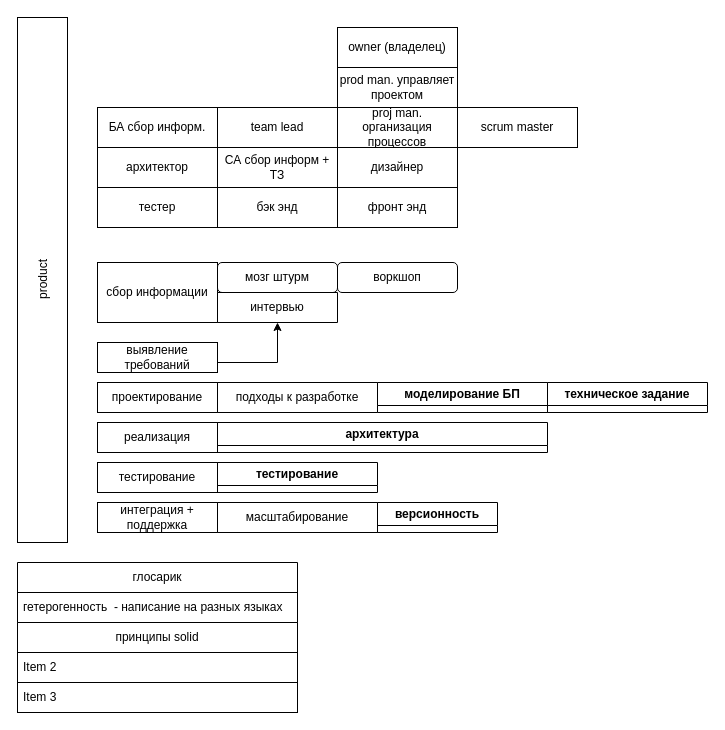
Earlier version of the draw.io diagram Диаграмма без названия.drawio (GusStraus/newone). Source tidied: cells renumbered, new cells numbered last; positions are measured from the earlier drawing's top-left corner, leaving out a move shared by most shapes. Both pictures are drawn from the tidied source at 100%, with x=0, y=0 at pixel (17, 17).
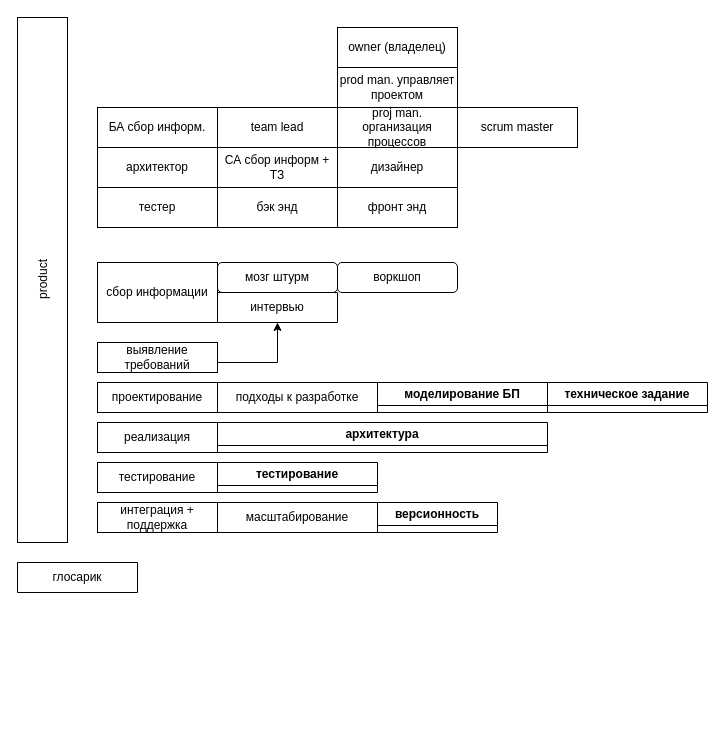
The same diagram, later.

What changed in the source:
```diff
@@
-    <mxCell id="25" value="глосарик" style="swimlane;fontStyle=0;horizontal=1;startSize=30;whiteSpace=wrap;html=1;" parent="1" vertex="1">
-      <mxGeometry y="545" width="280" height="150" as="geometry" />
+    <mxCell id="25" value="глосарик" style="swimlane;fontStyle=0;horizontal=1;startSize=30;whiteSpace=wrap;html=1;" parent="1" vertex="1" collapsed="1">
+      <mxGeometry y="545" width="120" height="30" as="geometry" />
     </mxCell>
-    <mxCell id="26" value="гетерогенность&amp;nbsp; - написание на разных языках" style="text;strokeColor=default;fillColor=default;align=left;verticalAlign=middle;spacingLeft=4;spacingRight=4;overflow=hidden;whiteSpace=wrap;html=1;" parent="25" vertex="1">
-      <mxGeometry y="30" width="280" height="30" as="geometry" />
-    </mxCell>
-    <mxCell id="27" value="принципы solid" style="swimlane;fontStyle=0;horizontal=1;startSize=30;whiteSpace=wrap;html=1;" parent="25" vertex="1" collapsed="1">
-      <mxGeometry y="60" width="280" height="30" as="geometry" />
-    </mxCell>
-    <mxCell id="28" value="Item 2" style="text;strokeColor=default;fillColor=default;align=left;verticalAlign=middle;spacingLeft=4;spacingRight=4;overflow=hidden;whiteSpace=wrap;html=1;" parent="25" vertex="1">
-      <mxGeometry y="90" width="280" height="30" as="geometry" />
-    </mxCell>
-    <mxCell id="29" value="Item 3" style="text;strokeColor=default;fillColor=default;align=left;verticalAlign=middle;spacingLeft=4;spacingRight=4;overflow=hidden;whiteSpace=wrap;html=1;" parent="25" vertex="1">
-      <mxGeometry y="120" width="280" height="30" as="geometry" />
-    </mxCell>
@@
-    <mxCell id="33" value="моделирование БП" style="swimlane;whiteSpace=wrap;html=1;swimlaneFillColor=default;" parent="1" vertex="1" collapsed="1">
-      <mxGeometry x="360" y="365" width="170" height="30" as="geometry" />
-    </mxCell>
@@
+    <mxCell id="33" value="моделирование БП" style="swimlane;whiteSpace=wrap;html=1;swimlaneFillColor=default;" parent="1" vertex="1" collapsed="1">
+      <mxGeometry x="360" y="365" width="170" height="30" as="geometry" />
+    </mxCell>
```
